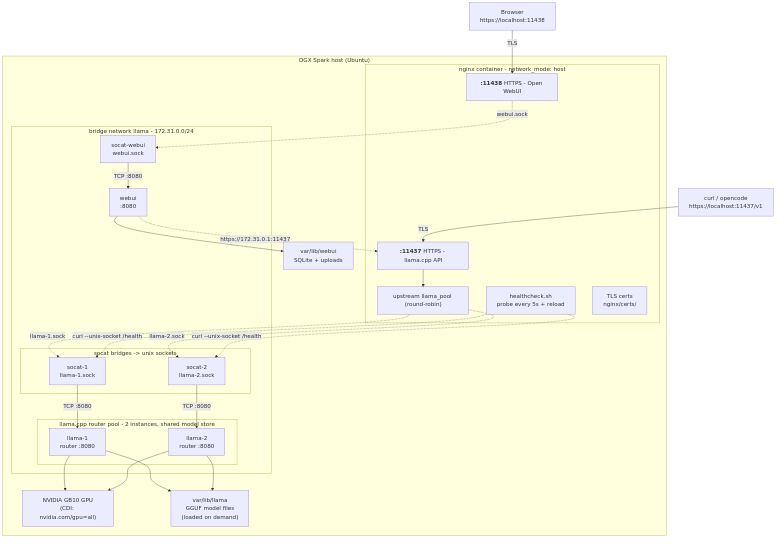
The Mermaid diagram docs/diagrams/architecture.png in SpotDraft/llamacpp-serve, before a commit. Its source is kept beside it as docs/diagrams/architecture.mmd.
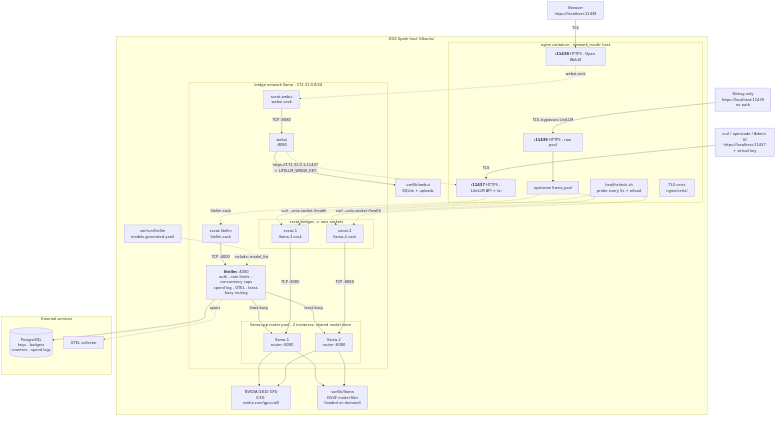
The same file after the commit.

What changed in the source:
```diff
@@ -1,24 +1,28 @@
 flowchart TD
-    CLI1["curl / opencode<br/>https://localhost:11437/v1"]
+    CLI1["curl / opencode / Admin UI<br/>https://localhost:11437<br/>+ virtual key"]
     CLI2["Browser<br/>https://localhost:11438"]
+    CLI3["Debug only<br/>https://localhost:11439<br/>no auth"]
 
     subgraph HOST["DGX Spark host (Ubuntu)"]
         subgraph NGX["nginx container - network_mode: host"]
-            LS11437["<b>:11437</b> HTTPS - llama.cpp API"]
+            LS11437["<b>:11437</b> HTTPS - LiteLLM API + /ui"]
             LS11438["<b>:11438</b> HTTPS - Open WebUI"]
-            UP["upstream llama_pool (round-robin)"]
+            LS11439["<b>:11439</b> HTTPS - raw pool"]
+            UP["upstream llama_pool"]
             HK["healthcheck.sh<br/>probe every 5s + reload"]
             CERTS["TLS certs<br/>nginx/certs/"]
         end
 
         subgraph NET["bridge network llama - 172.31.0.0/24"]
+            SL["socat-litellm<br/>litellm.sock"]
+            LL["<b>litellm</b> :4000<br/>auth - rate limits - concurrency caps<br/>spend log - OTEL - least-busy routing"]
+            subgraph SOC["socat bridges -> unix sockets"]
+                S1["socat-1<br/>llama-1.sock"]
+                S2["socat-2<br/>llama-2.sock"]
+            end
             subgraph POOL["llama.cpp router pool - 2 instances, shared model store"]
                 L1["llama-1<br/>router :8080"]
                 L2["llama-2<br/>router :8080"]
-            end
-            subgraph SOC["socat bridges -> unix sockets"]
-                S1["socat-1<br/>llama-1.sock"]
-                S2["socat-2<br/>llama-2.sock"]
             end
             W["webui<br/>:8080"]
             SW["socat-webui<br/>webui.sock"]
@@ -26,21 +30,39 @@
 
         GPU["NVIDIA GB10 GPU<br/>(CDI: nvidia.com/gpu=all)"]
         MODELS["var/lib/llama<br/>GGUF model files<br/>(loaded on demand)"]
+        GEN["var/run/litellm<br/>models.generated.yaml"]
         DATA["var/lib/webui<br/>SQLite + uploads"]
+    end
+
+    subgraph EXT["External services"]
+        PG[("PostgreSQL<br/>keys - budgets<br/>counters - spend logs")]
+        OTEL["OTEL collector"]
     end
 
     CLI1 -->|TLS| LS11437
     CLI2 -->|TLS| LS11438
-    LS11437 --> UP
-    UP -.->|llama-1.sock| S1
-    UP -.->|llama-2.sock| S2
+    CLI3 -->|TLS, bypasses LiteLLM| LS11439
+
+    LS11437 -.->|litellm.sock| SL
+    SL -->|TCP :4000| LL
+    GEN -.->|include: model_list| LL
+    LL -->|least-busy| L1
+    LL -->|least-busy| L2
+    LL --> PG
+    LL -.->|spans| OTEL
+
     LS11438 -.->|webui.sock| SW
+    SW -->|TCP :8080| W
+    W -.->|https://172.31.0.1:11437<br/>+ LITELLM_WEBUI_KEY| LS11437
+    W --> DATA
+
+    LS11439 --> UP
+    UP -.-> S1
+    UP -.-> S2
     S1 -->|TCP :8080| L1
     S2 -->|TCP :8080| L2
-    SW -->|TCP :8080| W
-    W -.->|https://172.31.0.1:11437| LS11437
     HK -.->|curl --unix-socket /health| S1
     HK -.->|curl --unix-socket /health| S2
+
     L1 & L2 --> GPU
     L1 & L2 --> MODELS
-    W --> DATA
```
